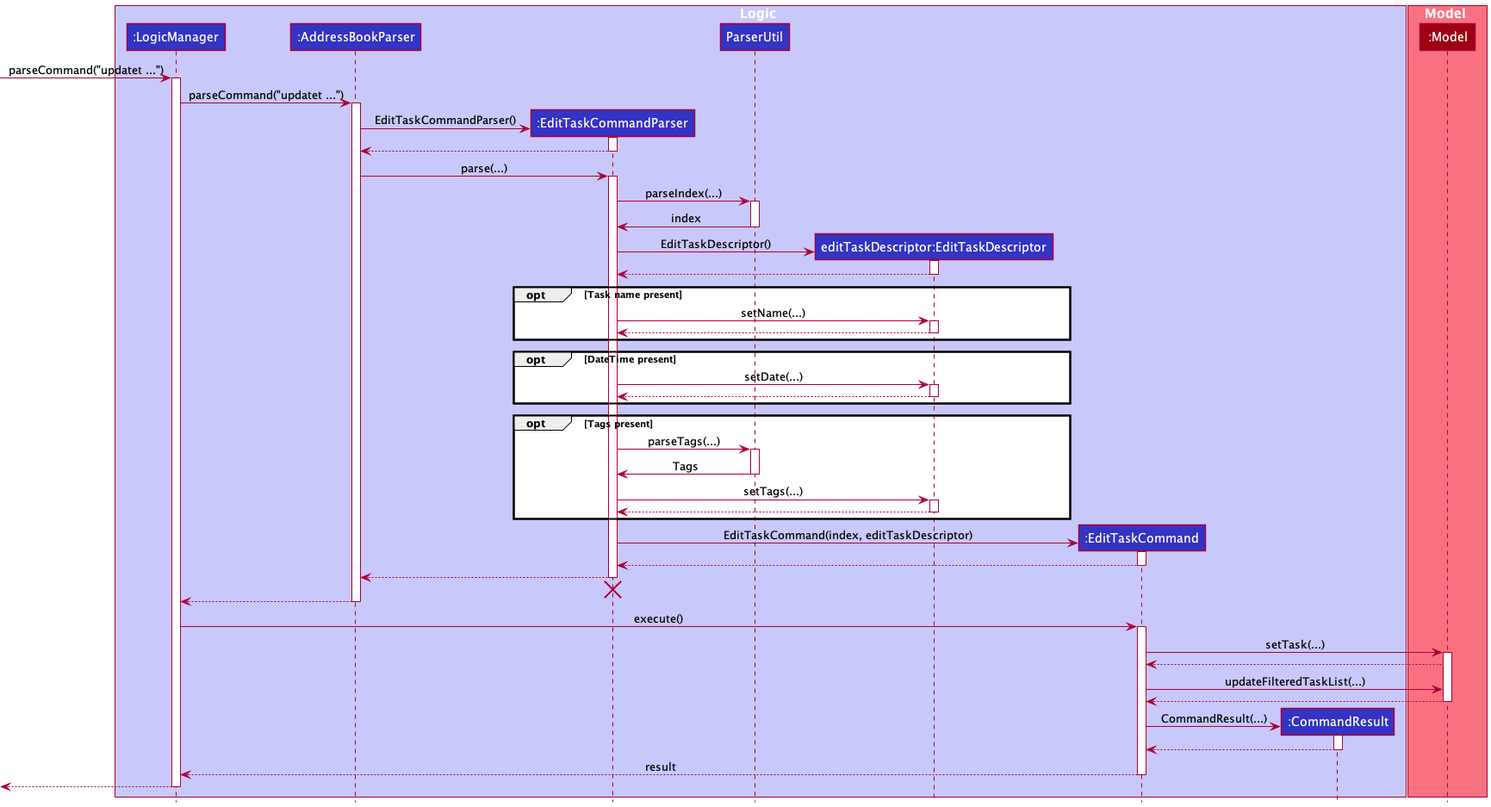
Above: docs/images/EditTaskSequenceDiagram.png in snss231/tp (PlantUML), before the change.
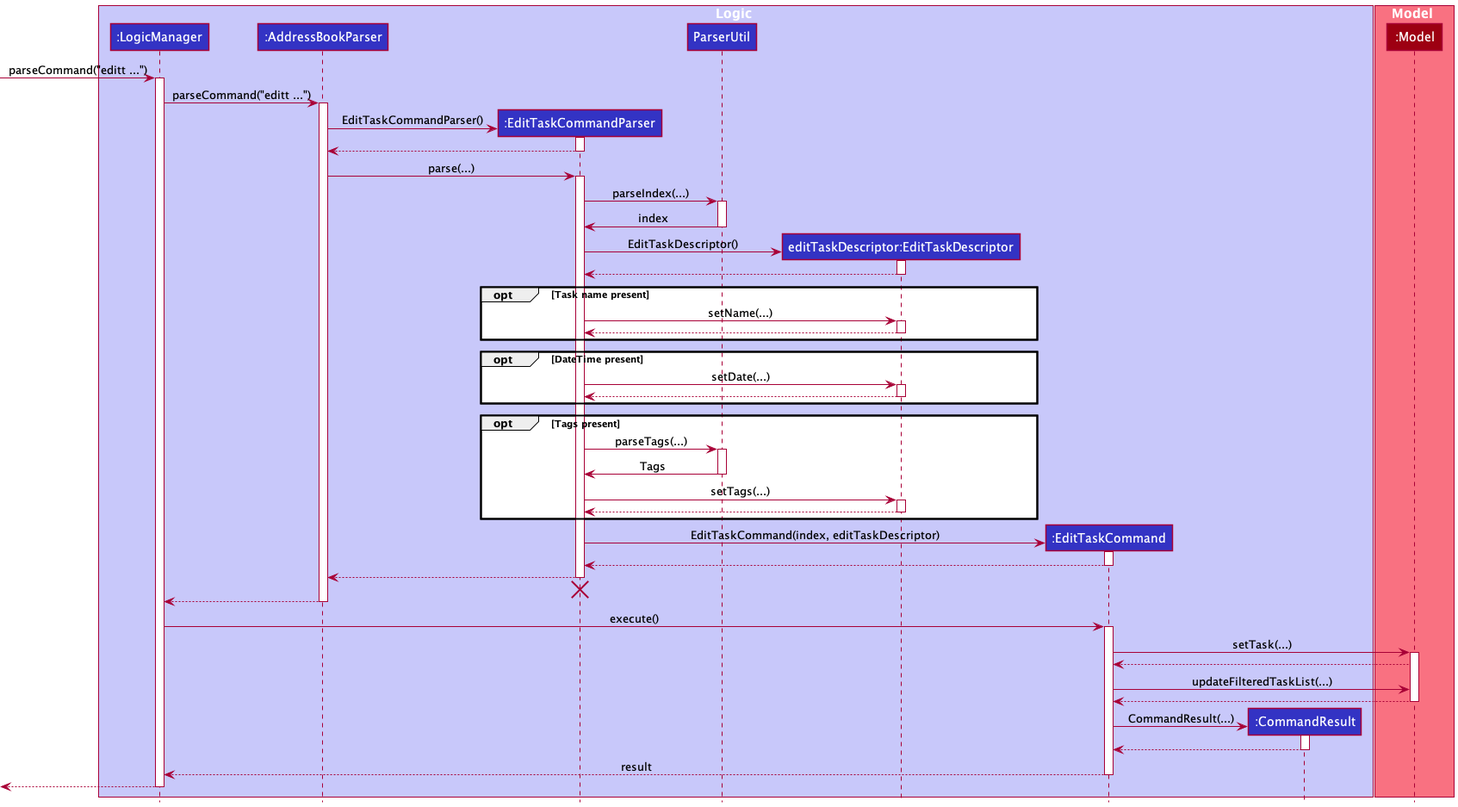
Above is the later version.

The edit, as a diff of the source:
```diff
@@ -14,11 +14,10 @@
 box Model MODEL_COLOR_T1
 participant ":Model" as Model MODEL_COLOR
 end box
-
- -> LogicManager : parseCommand("updatet ...")
+ -> LogicManager : parseCommand("editt ...")
 activate LogicManager
 
-LogicManager -> AddressBookParser : parseCommand("updatet ...")
+LogicManager -> AddressBookParser : parseCommand("editt ...")
 activate AddressBookParser
 
 create EditTaskCommandParser
```
